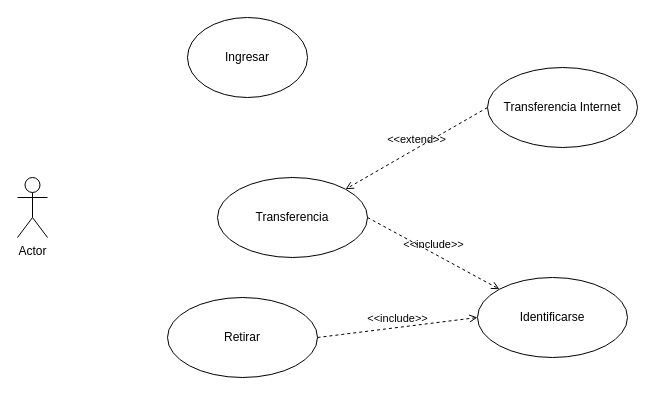
Buhuk/diagramas keeps this draw.io diagram as UML_Operacion_Bancaria.drawio. Above is the earlier version. Source tidied: cells renumbered, new cells numbered last; positions are measured from the earlier drawing's top-left corner, leaving out a move shared by most shapes. Both pictures are drawn from the tidied source at 100%, with x=0, y=0 at pixel (17, 17).
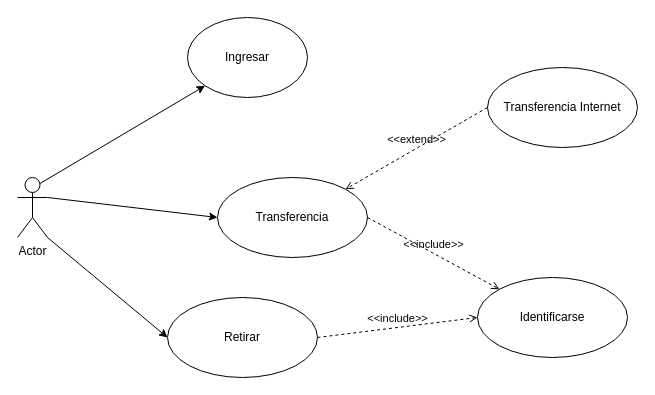
The same page after the edit.

The edit, as a diff of the source:
```diff
@@
 <mxGraphModel>
   <root>
     <mxCell id="0" />
     <mxCell id="1" parent="0" />
+    <mxCell id="11" style="rounded=0;jettySize=auto;html=1;exitX=0.75;exitY=0.1;exitDx=0;exitDy=0;exitPerimeter=0;entryX=0;entryY=1;entryDx=0;entryDy=0;" parent="1" edge="1" source="2" target="3">
+      <mxGeometry relative="1" as="geometry" />
+    </mxCell>
+    <mxCell id="12" style="rounded=0;jettySize=auto;html=1;exitX=1;exitY=0.3333333333333333;exitDx=0;exitDy=0;exitPerimeter=0;entryX=0;entryY=0.5;entryDx=0;entryDy=0;" parent="1" edge="1" source="2" target="4">
+      <mxGeometry relative="1" as="geometry" />
+    </mxCell>
+    <mxCell id="13" style="rounded=0;jettySize=auto;html=1;exitX=1;exitY=1;exitDx=0;exitDy=0;exitPerimeter=0;entryX=0;entryY=0.5;entryDx=0;entryDy=0;" parent="1" edge="1" source="2" target="5">
+      <mxGeometry relative="1" as="geometry" />
+    </mxCell>
     <mxCell id="2" value="Actor" style="shape=umlActor;verticalLabelPosition=bottom;verticalAlign=top;html=1;outlineConnect=0;" parent="1" vertex="1">
       <mxGeometry y="160" width="30" height="60" as="geometry" />
     </mxCell>
     <mxCell id="3" value="Ingresar" style="ellipse;whiteSpace=wrap;html=1;" parent="1" vertex="1">
       <mxGeometry x="170" width="120" height="80" as="geometry" />
     </mxCell>
     <mxCell id="4" value="Transferencia" style="ellipse;whiteSpace=wrap;html=1;" parent="1" vertex="1">
       <mxGeometry x="200" y="160" width="150" height="80" as="geometry" />
     </mxCell>
     <mxCell id="5" value="Retirar" style="ellipse;whiteSpace=wrap;html=1;" parent="1" vertex="1">
       <mxGeometry x="150" y="280" width="150" height="80" as="geometry" />
     </mxCell>
     <mxCell id="6" value="Identificarse" style="ellipse;whiteSpace=wrap;html=1;" parent="1" vertex="1">
       <mxGeometry x="460" y="260" width="150" height="80" as="geometry" />
     </mxCell>
     <mxCell id="7" value="Transferencia Internet" style="ellipse;whiteSpace=wrap;html=1;" parent="1" vertex="1">
       <mxGeometry x="470" y="50" width="150" height="80" as="geometry" />
     </mxCell>
     <mxCell id="8" value="&amp;lt;&amp;lt;include&amp;gt;&amp;gt;" style="html=1;verticalAlign=bottom;labelBackgroundColor=none;endArrow=open;endFill=0;dashed=1;rounded=0;exitX=1;exitY=0.5;exitDx=0;exitDy=0;entryX=0;entryY=0;entryDx=0;entryDy=0;" parent="1" edge="1" source="4" target="6">
       <mxGeometry relative="1" as="geometry" />
     </mxCell>
     <mxCell id="9" value="&amp;lt;&amp;lt;include&amp;gt;&amp;gt;" style="html=1;verticalAlign=bottom;labelBackgroundColor=none;endArrow=open;endFill=0;dashed=1;rounded=0;exitX=1;exitY=0.5;exitDx=0;exitDy=0;entryX=0;entryY=0.5;entryDx=0;entryDy=0;" parent="1" edge="1" source="5" target="6">
       <mxGeometry relative="1" as="geometry" />
     </mxCell>
     <mxCell id="10" value="&amp;lt;&amp;lt;extend&amp;gt;&amp;gt;" style="html=1;verticalAlign=bottom;labelBackgroundColor=none;endArrow=open;endFill=0;dashed=1;rounded=0;exitX=0;exitY=0.5;exitDx=0;exitDy=0;entryX=1;entryY=0;entryDx=0;entryDy=0;" parent="1" edge="1" source="7" target="4">
       <mxGeometry relative="1" as="geometry" />
     </mxCell>
   </root>
 </mxGraphModel>
```
